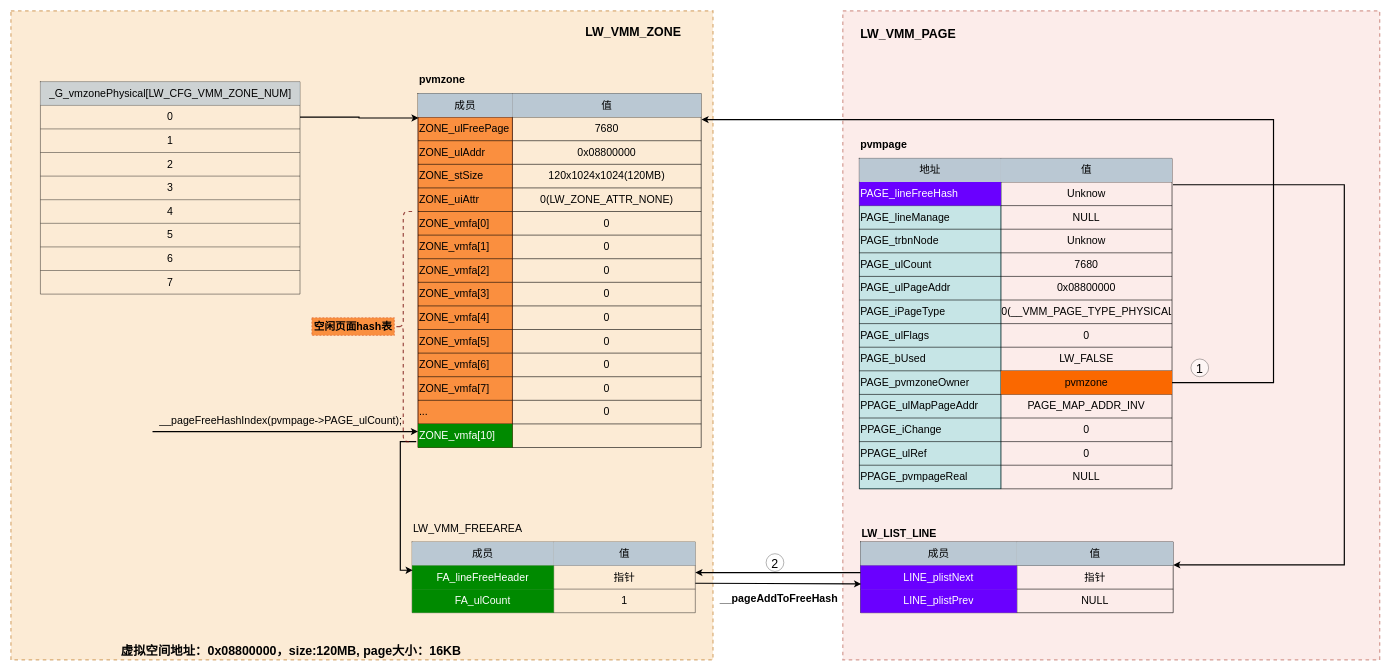
This is page "__pageZoneCreate_phy" (17 of 24) of draw/mips中断亲和度.drawio from peng-fan/drawio, a draw.io file, before an edit. Source tidied: cells renumbered, new cells numbered last; positions are measured from the earlier drawing's top-left corner, leaving out a move shared by most shapes. Both pictures are drawn from the tidied source at 59%, with x=0, y=0 at pixel (11, 11).
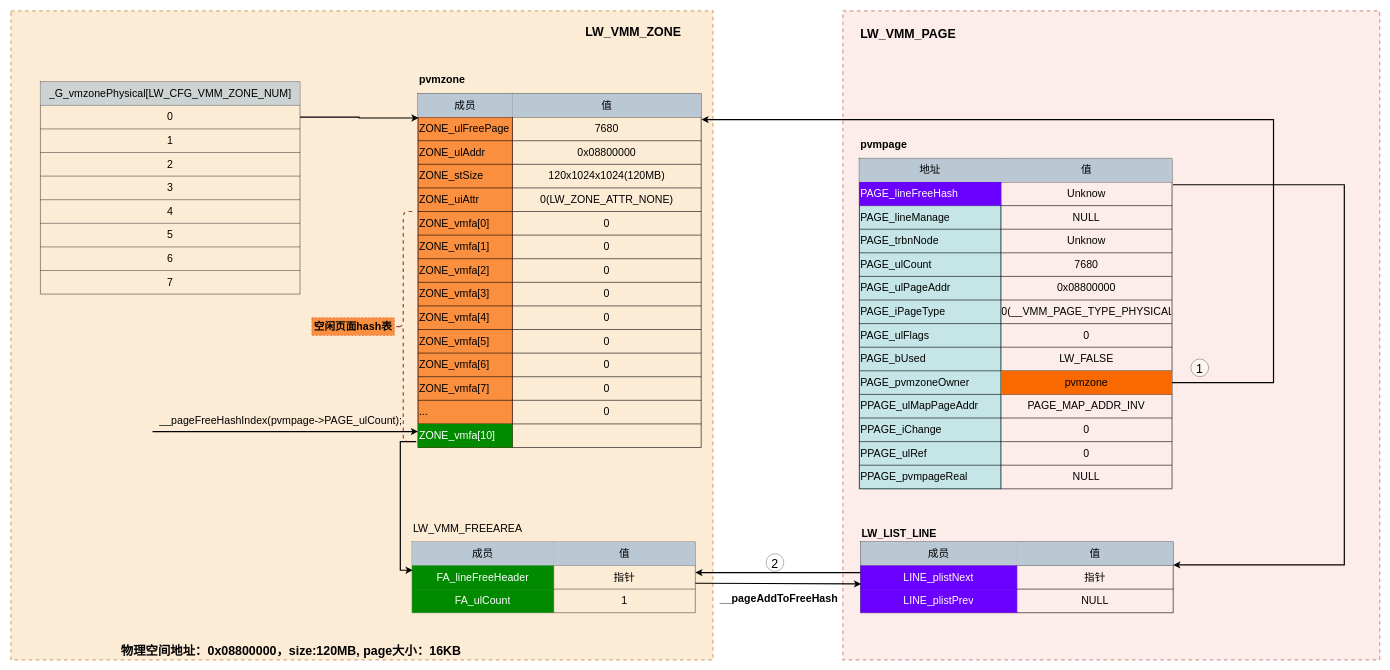
The same page after the edit.

The edit, as a diff of the source:
```diff
@@
-    <mxCell id="96" value="&lt;b&gt;&lt;font style=&quot;font-size: 21px&quot;&gt;虚拟空间地址：0x08800000，size:120MB, page大小：16KB&lt;/font&gt;&lt;/b&gt;" style="text;html=1;strokeColor=none;fillColor=none;align=center;verticalAlign=middle;whiteSpace=wrap;rounded=0;fontSize=18;opacity=70;" parent="1" vertex="1">
+    <mxCell id="96" value="&lt;b&gt;&lt;font style=&quot;font-size: 21px&quot;&gt;物理空间地址：0x08800000，size:120MB, page大小：16KB&lt;/font&gt;&lt;/b&gt;" style="text;html=1;strokeColor=none;fillColor=none;align=center;verticalAlign=middle;whiteSpace=wrap;rounded=0;fontSize=18;opacity=70;" parent="1" vertex="1">
       <mxGeometry y="1070" width="950" height="30" as="geometry" />
     </mxCell>
```
